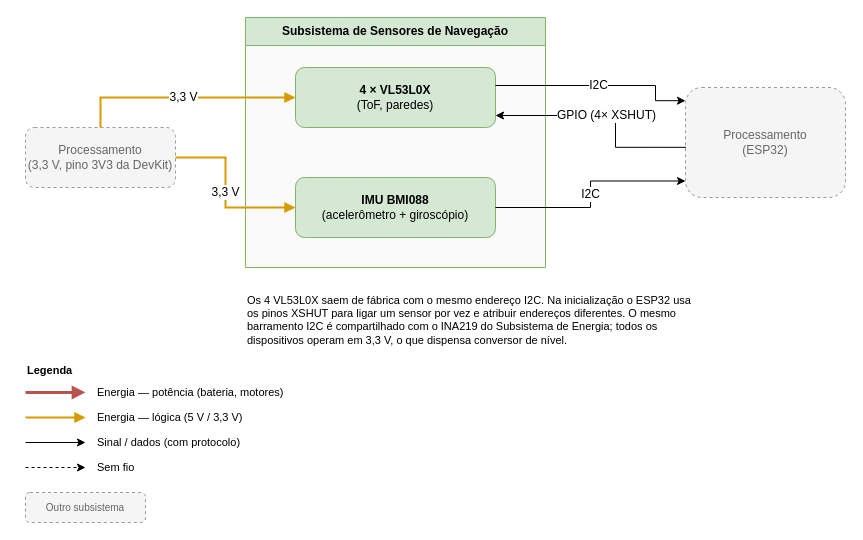
This is page "Sensores de Navegação" (4 of 6) of hw/Placa de Integração/Diagrama de blocos/Diagrama de blocos.drawio from fcte-pi1/2026.2_PI1_Grupo2_Hilmer, a draw.io file, before an edit. Source tidied: cells renumbered, new cells numbered last; positions are measured from the earlier drawing's top-left corner, leaving out a move shared by most shapes. Both pictures are drawn from the tidied source at 100%, with x=0, y=0 at pixel (25, 17).
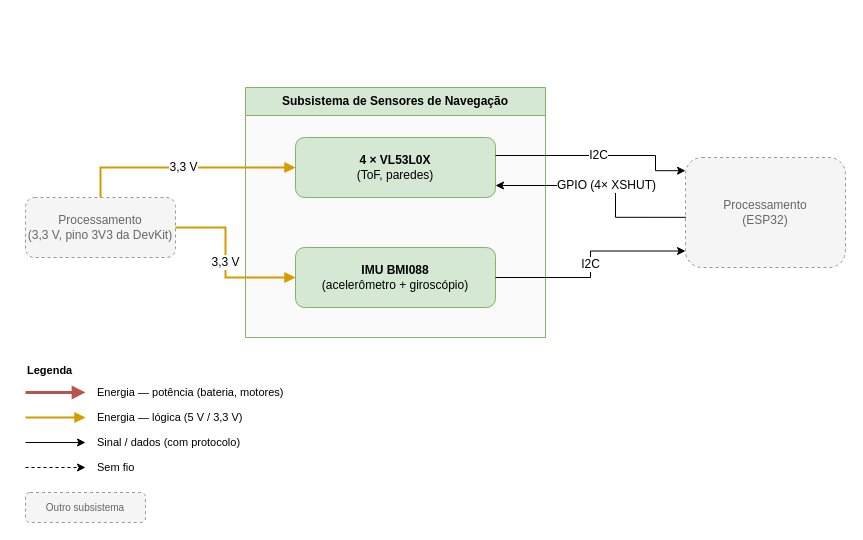
The same diagram, later.

Unchanged cells that the change refers to:
```xml
<mxCell id="3" value="&lt;b&gt;4 × VL53L0X&lt;/b&gt;&lt;br&gt;(ToF, paredes)" style="rounded=1;whiteSpace=wrap;html=1;fillColor=#d5e8d4;strokeColor=#82b366;" parent="2" vertex="1">
  <mxGeometry x="50" y="50" width="200" height="60" as="geometry" />
</mxCell>
<mxCell id="4" value="&lt;b&gt;IMU BMI088&lt;/b&gt;&lt;br&gt;(acelerômetro + giroscópio)" style="rounded=1;whiteSpace=wrap;html=1;fillColor=#d5e8d4;strokeColor=#82b366;" parent="2" vertex="1">
  <mxGeometry x="50" y="160" width="200" height="60" as="geometry" />
</mxCell>
```

Change to the diagram source:
```diff
@@
     <mxCell id="2" value="Subsistema de Sensores de Navegação" style="swimlane;whiteSpace=wrap;html=1;startSize=28;fillColor=#d5e8d4;strokeColor=#82b366;swimlaneFillColor=#FAFAFA;fontStyle=1;" parent="1" vertex="1">
-      <mxGeometry x="220" width="300" height="250" as="geometry" />
+      <mxGeometry x="220" y="70" width="300" height="250" as="geometry" />
     </mxCell>
@@
     <mxCell id="5" value="Processamento&lt;br&gt;(3,3 V, pino 3V3 da DevKit)" style="rounded=1;whiteSpace=wrap;html=1;fillColor=#f5f5f5;strokeColor=#999999;dashed=1;fontColor=#666666;" parent="1" vertex="1">
-      <mxGeometry y="110" width="150" height="60" as="geometry" />
+      <mxGeometry y="180" width="150" height="60" as="geometry" />
     </mxCell>
     <mxCell id="6" value="Processamento&lt;br&gt;(ESP32)" style="rounded=1;whiteSpace=wrap;html=1;fillColor=#f5f5f5;strokeColor=#999999;dashed=1;fontColor=#666666;" parent="1" vertex="1">
-      <mxGeometry x="660" y="70" width="160" height="110" as="geometry" />
+      <mxGeometry x="660" y="140" width="160" height="110" as="geometry" />
     </mxCell>
@@
     <mxCell id="8" value="&lt;font style=&quot;font-size: 12px;&quot;&gt;3,3 V&lt;/font&gt;" style="edgeStyle=orthogonalEdgeStyle;rounded=0;jettySize=auto;html=1;labelBackgroundColor=#FFFFFF;fontSize=10;strokeWidth=2;strokeColor=#D79B00;endArrow=block;endFill=1;exitX=1;exitY=0.5;exitDx=0;exitDy=0;" parent="1" edge="1" source="5" target="4">
       <mxGeometry relative="1" as="geometry">
         <Array as="points">
-          <mxPoint x="200" y="140" />
-          <mxPoint x="200" y="190" />
+          <mxPoint x="200" y="210" />
+          <mxPoint x="200" y="260" />
         </Array>
       </mxGeometry>
     </mxCell>
     <mxCell id="9" value="&lt;font style=&quot;font-size: 12px;&quot;&gt;I2C&lt;/font&gt;" style="edgeStyle=orthogonalEdgeStyle;rounded=0;jettySize=auto;html=1;labelBackgroundColor=#FFFFFF;fontSize=10;strokeWidth=1;endArrow=classic;endFill=1;exitX=1;exitY=0.3;exitDx=0;exitDy=0;entryX=0;entryY=0.12;entryDx=0;entryDy=0;" parent="1" edge="1" source="3" target="6">
       <mxGeometry relative="1" as="geometry">
         <Array as="points">
-          <mxPoint x="630" y="68" />
-          <mxPoint x="630" y="83.2" />
+          <mxPoint x="630" y="138" />
+          <mxPoint x="630" y="153.2" />
         </Array>
       </mxGeometry>
     </mxCell>
     <mxCell id="10" value="&lt;font style=&quot;font-size: 12px;&quot;&gt;GPIO (4× XSHUT)&lt;/font&gt;" style="edgeStyle=orthogonalEdgeStyle;rounded=0;jettySize=auto;html=1;labelBackgroundColor=#FFFFFF;fontSize=10;strokeWidth=1;endArrow=classic;endFill=1;exitX=0.003;exitY=0.544;exitDx=0;exitDy=0;entryX=1;entryY=0.8;entryDx=0;entryDy=0;exitPerimeter=0;" parent="1" edge="1" source="6" target="3">
       <mxGeometry relative="1" as="geometry">
         <Array as="points">
-          <mxPoint x="590" y="129.8" />
-          <mxPoint x="590" y="98" />
+          <mxPoint x="590" y="199.8" />
+          <mxPoint x="590" y="168" />
         </Array>
       </mxGeometry>
     </mxCell>
@@
-    <mxCell id="12" value="Os 4 VL53L0X saem de fábrica com o mesmo endereço I2C. Na inicialização o ESP32 usa os pinos XSHUT para ligar um sensor por vez e atribuir endereços diferentes. O mesmo barramento I2C é compartilhado com o INA219 do Subsistema de Energia; todos os dispositivos operam em 3,3 V, o que dispensa conversor de nível." style="text;html=1;align=left;verticalAlign=top;whiteSpace=wrap;fontSize=11;" parent="1" vertex="1">
-      <mxGeometry x="220" y="270" width="460" height="60" as="geometry" />
-    </mxCell>
```
